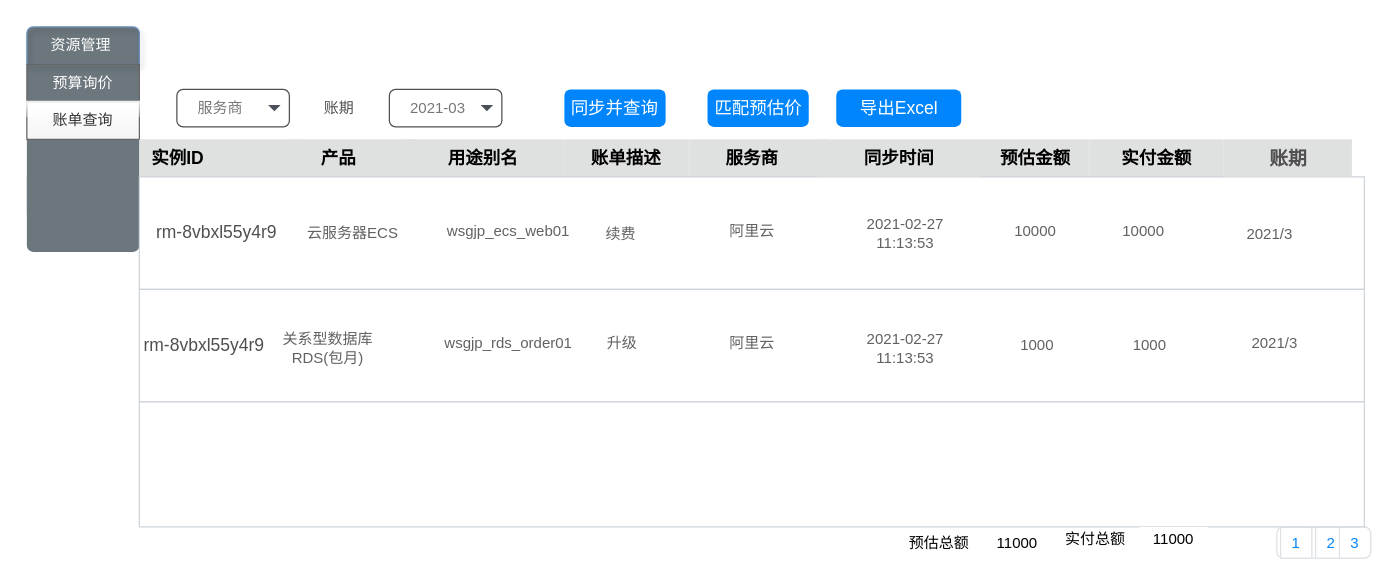
The draw.io diagram page "账单查询" (3 of 9) of 阿里云交易.drawio in mashifei/uml, before the edit. Source tidied: cells renumbered, new cells numbered last; positions are measured from the earlier drawing's top-left corner, leaving out a move shared by most shapes. Both pictures are drawn from the tidied source at 125%, with x=0, y=0 at pixel (26, 26).
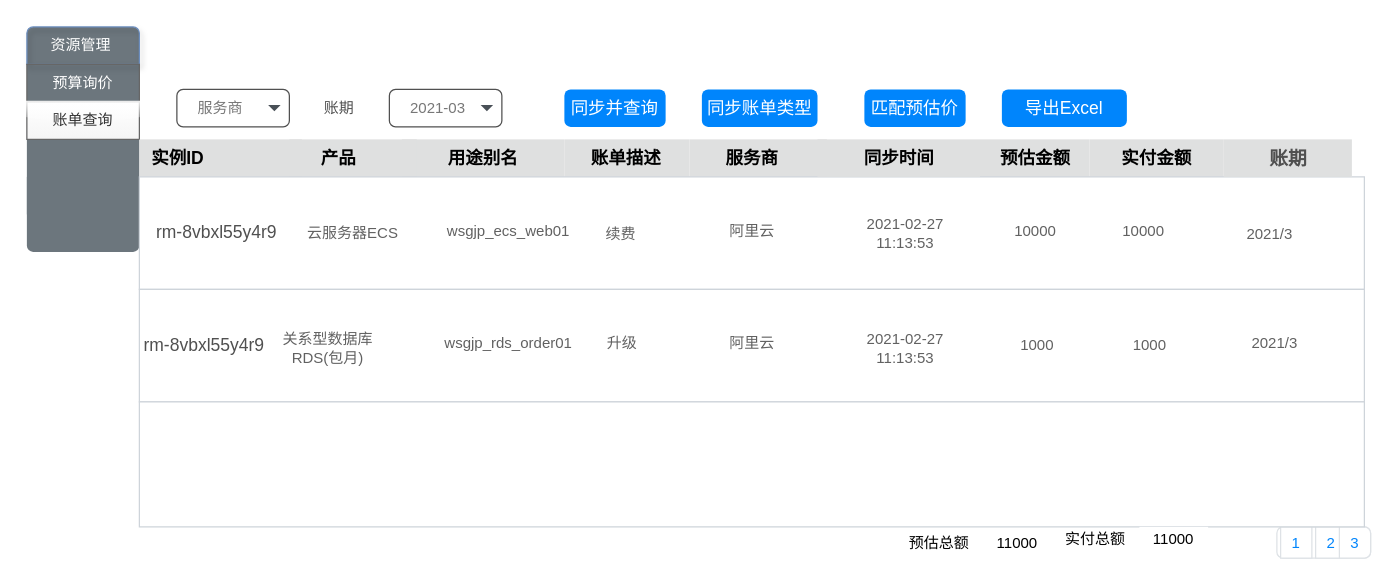
Above is the later version.

Change to the diagram source:
```diff
@@
     <mxCell id="53" value="匹配预估价" style="html=1;shadow=0;dashed=0;shape=mxgraph.bootstrap.rrect;rSize=5;strokeColor=none;strokeWidth=1;fillColor=#0085FC;fontColor=#FFFFFF;whiteSpace=wrap;align=center;verticalAlign=middle;spacingLeft=0;fontStyle=0;fontSize=14;spacing=5;rounded=0;sketch=0;" parent="1" vertex="1">
-      <mxGeometry x="544.5" y="50" width="81" height="30" as="geometry" />
+      <mxGeometry x="670" y="50" width="81" height="30" as="geometry" />
     </mxCell>
     <mxCell id="54" value="导出Excel" style="html=1;shadow=0;dashed=0;shape=mxgraph.bootstrap.rrect;rSize=5;strokeColor=none;strokeWidth=1;fillColor=#0085FC;fontColor=#FFFFFF;whiteSpace=wrap;align=center;verticalAlign=middle;spacingLeft=0;fontStyle=0;fontSize=14;spacing=5;rounded=0;sketch=0;" parent="1" vertex="1">
-      <mxGeometry x="647.5" y="50" width="100" height="30" as="geometry" />
+      <mxGeometry x="780" y="50" width="100" height="30" as="geometry" />
     </mxCell>
+    <mxCell id="55" value="同步账单类型" style="html=1;shadow=0;dashed=0;shape=mxgraph.bootstrap.rrect;rSize=5;strokeColor=none;strokeWidth=1;fillColor=#0085FC;fontColor=#FFFFFF;whiteSpace=wrap;align=center;verticalAlign=middle;spacingLeft=0;fontStyle=0;fontSize=14;spacing=5;rounded=0;sketch=0;" parent="1" vertex="1">
+      <mxGeometry x="540" y="50" width="92.5" height="30" as="geometry" />
+    </mxCell>
```
